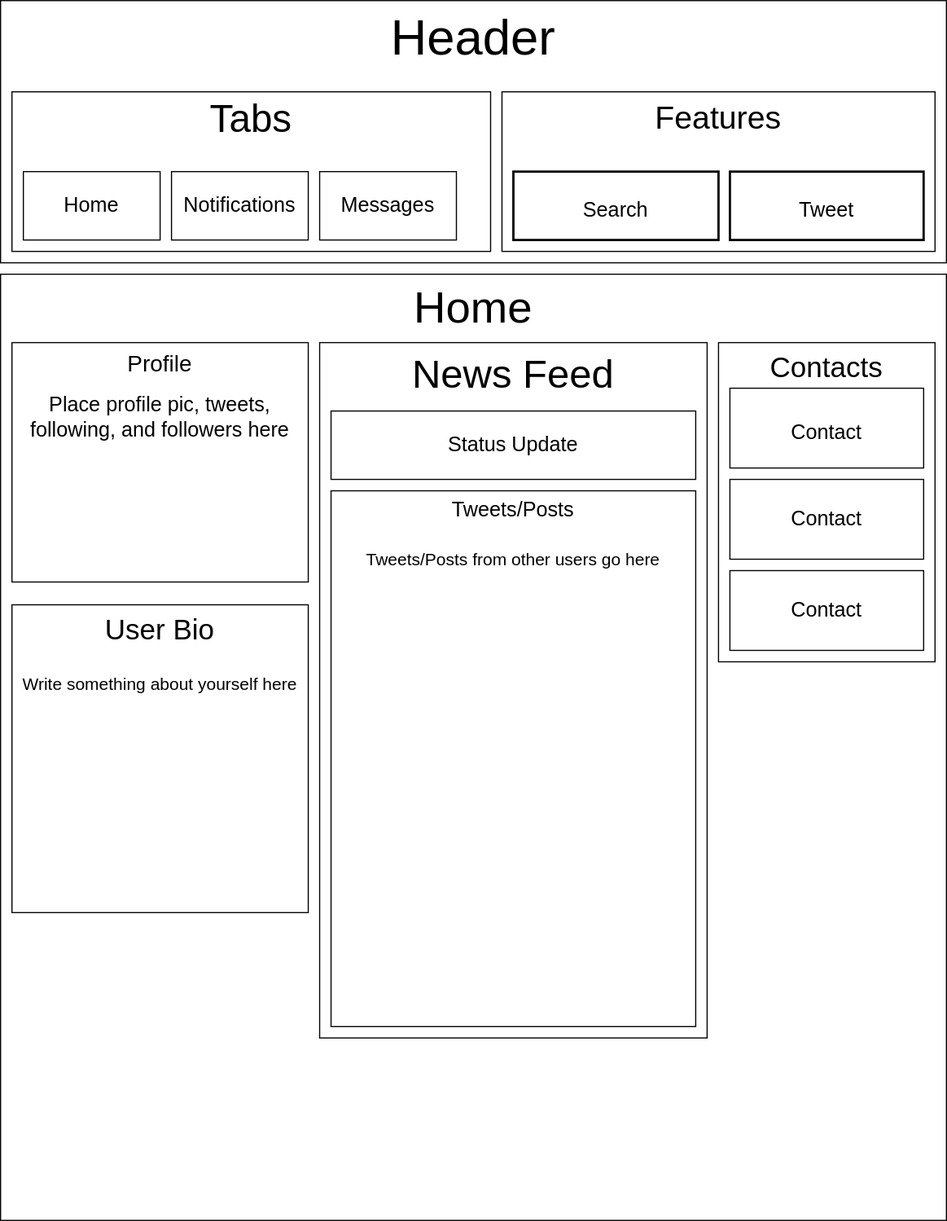
Above: Social_Media_Clone.drawio.svg in besure94/social-media-clone (draw.io), before the change. Source tidied: cells renumbered, new cells last; positions are measured from the earlier drawing's top-left corner, leaving out a move shared by most shapes.
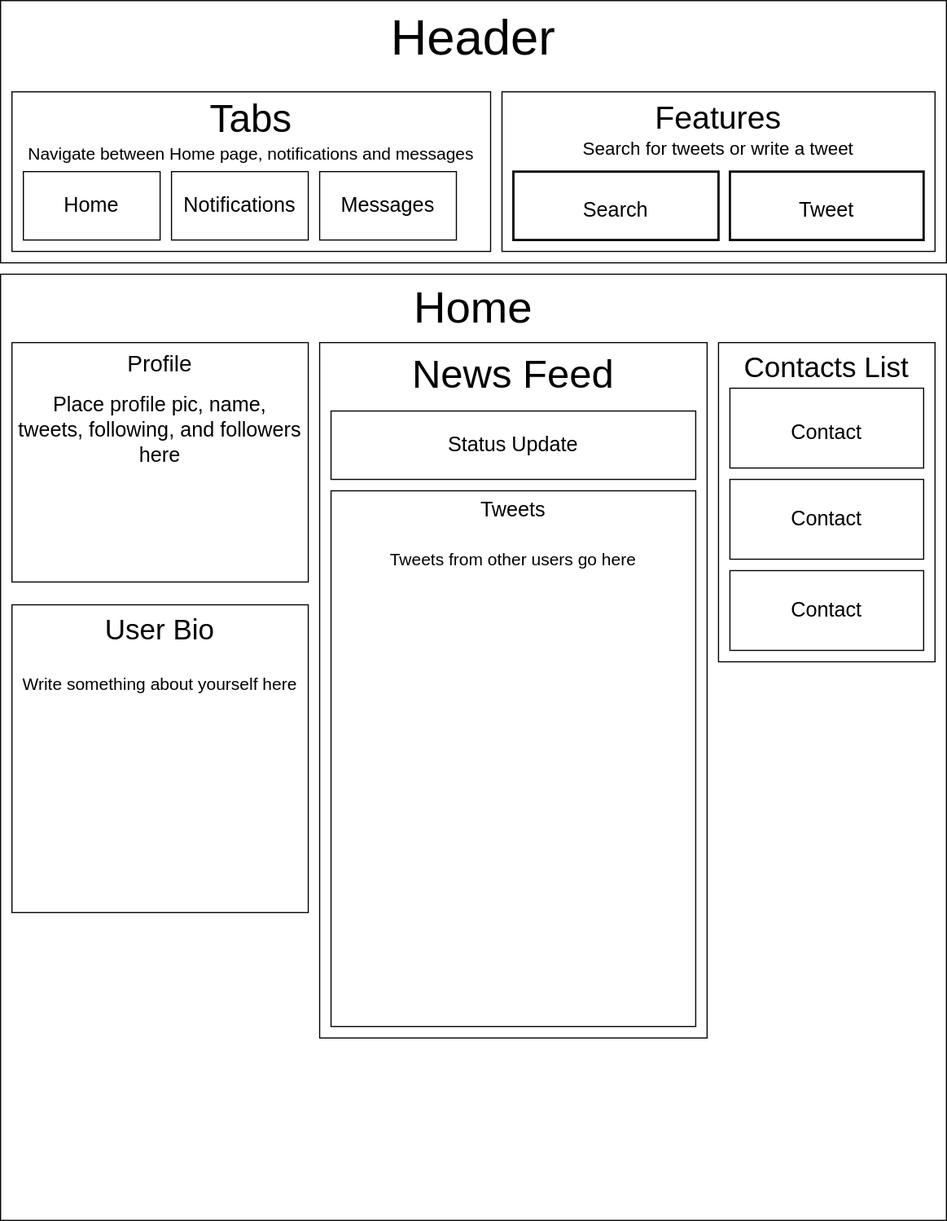
After the commit.

Commit message:
Add more details to component diagram.

The edit, as a diff of the source:
```diff
@@ -8,7 +8,7 @@
     <mxCell id="3" value="&lt;font style=&quot;font-size: 39px;&quot;&gt;Home&lt;/font&gt;" style="whiteSpace=wrap;html=1;verticalAlign=top;" parent="1" vertex="1">
       <mxGeometry y="240" width="830" height="830" as="geometry" />
     </mxCell>
-    <mxCell id="4" value="&lt;p style=&quot;line-height: 92%;&quot;&gt;&lt;font style=&quot;font-size: 34px;&quot;&gt;Tabs&lt;/font&gt;&lt;/p&gt;" style="rounded=0;whiteSpace=wrap;html=1;labelPosition=center;verticalLabelPosition=middle;align=center;verticalAlign=top;" parent="1" vertex="1">
+    <mxCell id="4" value="&lt;p style=&quot;line-height: 92%;&quot;&gt;&lt;font style=&quot;&quot;&gt;&lt;span style=&quot;font-size: 34px;&quot;&gt;Tabs&lt;br&gt;&lt;/span&gt;&lt;br&gt;&lt;font style=&quot;font-size: 15px;&quot;&gt;Navigate between Home page, notifications and messages&lt;/font&gt;&lt;/font&gt;&lt;/p&gt;" style="rounded=0;whiteSpace=wrap;html=1;labelPosition=center;verticalLabelPosition=middle;align=center;verticalAlign=top;" parent="1" vertex="1">
       <mxGeometry x="10" y="80" width="420" height="140" as="geometry" />
     </mxCell>
     <mxCell id="5" value="&lt;font style=&quot;font-size: 18px;&quot;&gt;Messages&lt;/font&gt;" style="rounded=0;whiteSpace=wrap;html=1;" parent="1" vertex="1">
@@ -17,7 +17,7 @@
     <mxCell id="6" value="&lt;font style=&quot;font-size: 18px;&quot;&gt;Home&lt;/font&gt;" style="rounded=0;whiteSpace=wrap;html=1;" parent="1" vertex="1">
       <mxGeometry x="20" y="150" width="120" height="60" as="geometry" />
     </mxCell>
-    <mxCell id="7" value="&lt;font style=&quot;font-size: 28px;&quot;&gt;Features&lt;/font&gt;" style="rounded=0;whiteSpace=wrap;html=1;verticalAlign=top;" parent="1" vertex="1">
+    <mxCell id="7" value="&lt;font style=&quot;&quot;&gt;&lt;span style=&quot;font-size: 28px;&quot;&gt;Features&lt;/span&gt;&lt;br&gt;&lt;font style=&quot;font-size: 16px;&quot;&gt;Search for tweets or write a tweet&lt;/font&gt;&lt;br&gt;&lt;/font&gt;" style="rounded=0;whiteSpace=wrap;html=1;verticalAlign=top;" parent="1" vertex="1">
       <mxGeometry x="440" y="80" width="380" height="140" as="geometry" />
     </mxCell>
     <mxCell id="8" value="&lt;font style=&quot;font-size: 18px;&quot;&gt;Tweet&lt;/font&gt;" style="whiteSpace=wrap;html=1;verticalAlign=middle;strokeWidth=2;labelBackgroundColor=default;spacingTop=8;" parent="1" vertex="1">
@@ -29,7 +29,7 @@
     <mxCell id="10" value="&lt;font style=&quot;font-size: 18px;&quot;&gt;Notifications&lt;/font&gt;" style="rounded=0;whiteSpace=wrap;html=1;" parent="1" vertex="1">
       <mxGeometry x="150" y="150" width="120" height="60" as="geometry" />
     </mxCell>
-    <mxCell id="11" value="&lt;font style=&quot;&quot;&gt;&lt;span style=&quot;font-size: 20px;&quot;&gt;Profile&amp;nbsp;&lt;/span&gt;&lt;br&gt;&lt;br&gt;&lt;span style=&quot;font-size: 18px; background-color: initial;&quot;&gt;Place profile pic, tweets, following, and followers here&amp;nbsp;&lt;br&gt;&lt;/span&gt;&lt;span style=&quot;background-color: initial;&quot;&gt;&lt;div style=&quot;&quot;&gt;&lt;span style=&quot;background-color: initial;&quot;&gt;&lt;br&gt;&lt;/span&gt;&lt;/div&gt;&lt;/span&gt;&lt;br&gt;&lt;/font&gt;" style="rounded=0;whiteSpace=wrap;html=1;verticalAlign=top;align=center;" parent="1" vertex="1">
+    <mxCell id="11" value="&lt;font style=&quot;&quot;&gt;&lt;span style=&quot;font-size: 20px;&quot;&gt;Profile&amp;nbsp;&lt;/span&gt;&lt;br&gt;&lt;br&gt;&lt;span style=&quot;font-size: 18px; background-color: initial;&quot;&gt;Place profile pic, name,&lt;br&gt;&amp;nbsp;tweets, following, and followers here&amp;nbsp;&lt;br&gt;&lt;/span&gt;&lt;span style=&quot;background-color: initial;&quot;&gt;&lt;div style=&quot;&quot;&gt;&lt;span style=&quot;background-color: initial;&quot;&gt;&lt;br&gt;&lt;/span&gt;&lt;/div&gt;&lt;/span&gt;&lt;br&gt;&lt;/font&gt;" style="rounded=0;whiteSpace=wrap;html=1;verticalAlign=top;align=center;" parent="1" vertex="1">
       <mxGeometry x="10" y="300" width="260" height="210" as="geometry" />
     </mxCell>
     <mxCell id="12" value="&lt;font style=&quot;&quot;&gt;&lt;span style=&quot;font-size: 25px;&quot;&gt;User Bio&lt;/span&gt;&lt;br&gt;&lt;br&gt;&lt;font style=&quot;font-size: 15px;&quot;&gt;Write something about yourself here&lt;/font&gt;&lt;br&gt;&lt;/font&gt;" style="rounded=0;whiteSpace=wrap;html=1;fontSize=18;verticalAlign=top;" parent="1" vertex="1">
@@ -38,7 +38,7 @@
     <mxCell id="13" value="&lt;font style=&quot;font-size: 35px;&quot;&gt;News Feed&lt;/font&gt;" style="rounded=0;whiteSpace=wrap;html=1;fontSize=18;verticalAlign=top;" parent="1" vertex="1">
       <mxGeometry x="280" y="300" width="340" height="610" as="geometry" />
     </mxCell>
-    <mxCell id="14" value="Contacts" style="rounded=0;whiteSpace=wrap;html=1;fontSize=25;verticalAlign=top;" parent="1" vertex="1">
+    <mxCell id="14" value="Contacts List" style="rounded=0;whiteSpace=wrap;html=1;fontSize=25;verticalAlign=top;" parent="1" vertex="1">
       <mxGeometry x="630" y="300" width="190" height="280" as="geometry" />
     </mxCell>
     <mxCell id="15" value="&lt;font style=&quot;font-size: 18px;&quot;&gt;Contact&lt;/font&gt;" style="rounded=0;whiteSpace=wrap;html=1;fontSize=25;" parent="1" vertex="1">
@@ -53,7 +53,7 @@
     <mxCell id="18" value="Status Update" style="rounded=0;whiteSpace=wrap;html=1;fontSize=18;" parent="1" vertex="1">
       <mxGeometry x="290" y="360" width="320" height="60" as="geometry" />
     </mxCell>
-    <mxCell id="19" value="Tweets/Posts&lt;br&gt;&lt;br&gt;&lt;font style=&quot;font-size: 15px;&quot;&gt;Tweets/Posts from other users go here&lt;/font&gt;" style="rounded=0;whiteSpace=wrap;html=1;fontSize=18;verticalAlign=top;" parent="1" vertex="1">
+    <mxCell id="19" value="Tweets&lt;br&gt;&lt;br&gt;&lt;font style=&quot;font-size: 15px;&quot;&gt;Tweets from other users go here&lt;/font&gt;" style="rounded=0;whiteSpace=wrap;html=1;fontSize=18;verticalAlign=top;" parent="1" vertex="1">
       <mxGeometry x="290" y="430" width="320" height="470" as="geometry" />
     </mxCell>
   </root>
```
